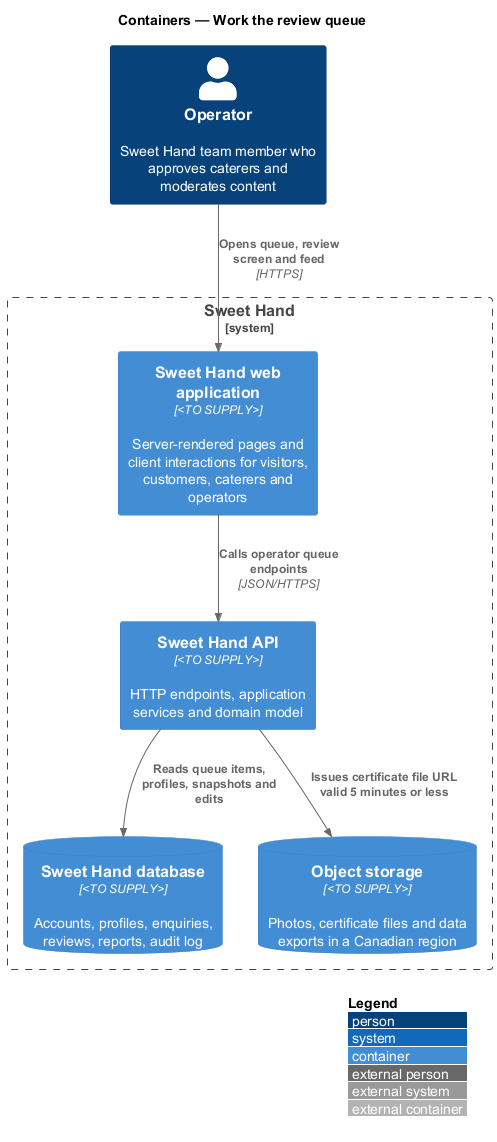
The PlantUML diagram docs/detailed-designs/moderation/work-review-queue/diagrams/c4-container.png in QuinntyneBrown/sweet-hand, before a commit. The source it was exported from:
```plantuml
@startuml
!include <C4/C4_Container>
LAYOUT_WITH_LEGEND()
title Containers — Work the review queue

Person(operator, "Operator", "Sweet Hand team member who approves caterers and moderates content")
System_Boundary(sweethand, "Sweet Hand") {
  Container(web, "Sweet Hand web application", "<TO SUPPLY>", "Server-rendered pages and client interactions for visitors, customers, caterers and operators")
  Container(api, "Sweet Hand API", "<TO SUPPLY>", "HTTP endpoints, application services and domain model")
  ContainerDb(db, "Sweet Hand database", "<TO SUPPLY>", "Accounts, profiles, enquiries, reviews, reports, audit log")
  ContainerDb(storage, "Object storage", "<TO SUPPLY>", "Photos, certificate files and data exports in a Canadian region")
}

Rel(operator, web, "Opens queue, review screen and feed", "HTTPS")
Rel(web, api, "Calls operator queue endpoints", "JSON/HTTPS")
Rel(api, db, "Reads queue items, profiles, snapshots and edits")
Rel(api, storage, "Issues certificate file URL valid 5 minutes or less")
@enduml
```
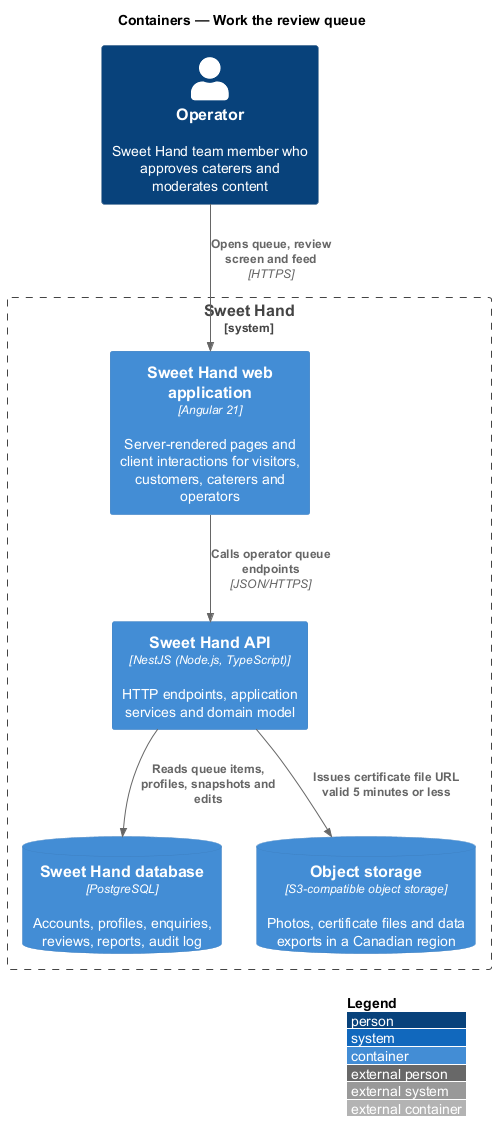
The same file after the commit.

Diff of the diagram source:
```diff
@@ -5,10 +5,10 @@
 
 Person(operator, "Operator", "Sweet Hand team member who approves caterers and moderates content")
 System_Boundary(sweethand, "Sweet Hand") {
-  Container(web, "Sweet Hand web application", "<TO SUPPLY>", "Server-rendered pages and client interactions for visitors, customers, caterers and operators")
-  Container(api, "Sweet Hand API", "<TO SUPPLY>", "HTTP endpoints, application services and domain model")
-  ContainerDb(db, "Sweet Hand database", "<TO SUPPLY>", "Accounts, profiles, enquiries, reviews, reports, audit log")
-  ContainerDb(storage, "Object storage", "<TO SUPPLY>", "Photos, certificate files and data exports in a Canadian region")
+  Container(web, "Sweet Hand web application", "Angular 21", "Server-rendered pages and client interactions for visitors, customers, caterers and operators")
+  Container(api, "Sweet Hand API", "NestJS (Node.js, TypeScript)", "HTTP endpoints, application services and domain model")
+  ContainerDb(db, "Sweet Hand database", "PostgreSQL", "Accounts, profiles, enquiries, reviews, reports, audit log")
+  ContainerDb(storage, "Object storage", "S3-compatible object storage", "Photos, certificate files and data exports in a Canadian region")
 }
 
 Rel(operator, web, "Opens queue, review screen and feed", "HTTPS")
```
